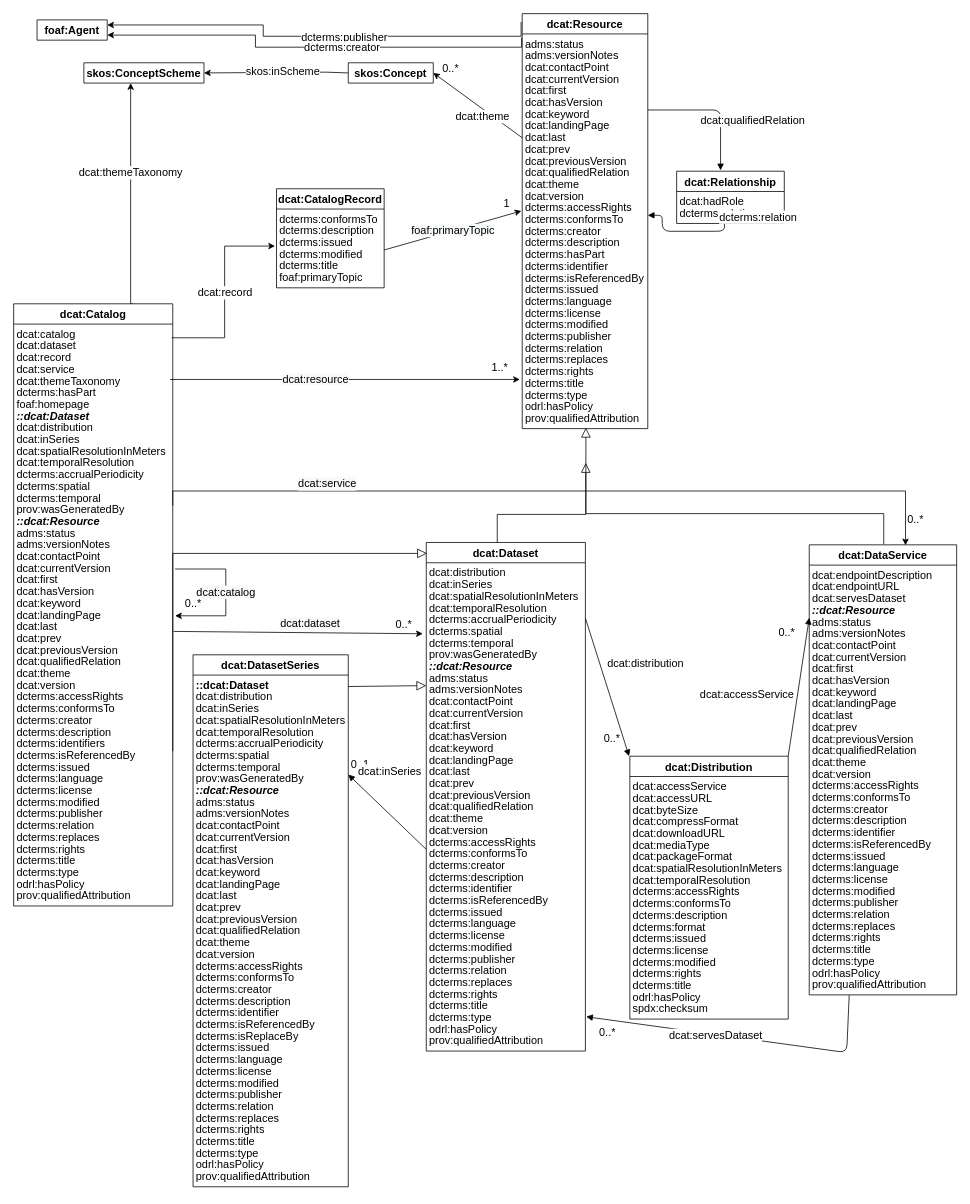
w3c/dxwg keeps this draw.io diagram as dcat/images/dcat-all-attributes.drawio. Above is the earlier version. Source tidied: cells renumbered, new cells numbered last; positions are measured from the earlier drawing's top-left corner, leaving out a move shared by most shapes. Both pictures are drawn from the tidied source at 78%, with x=0, y=0 at pixel (13, 13).
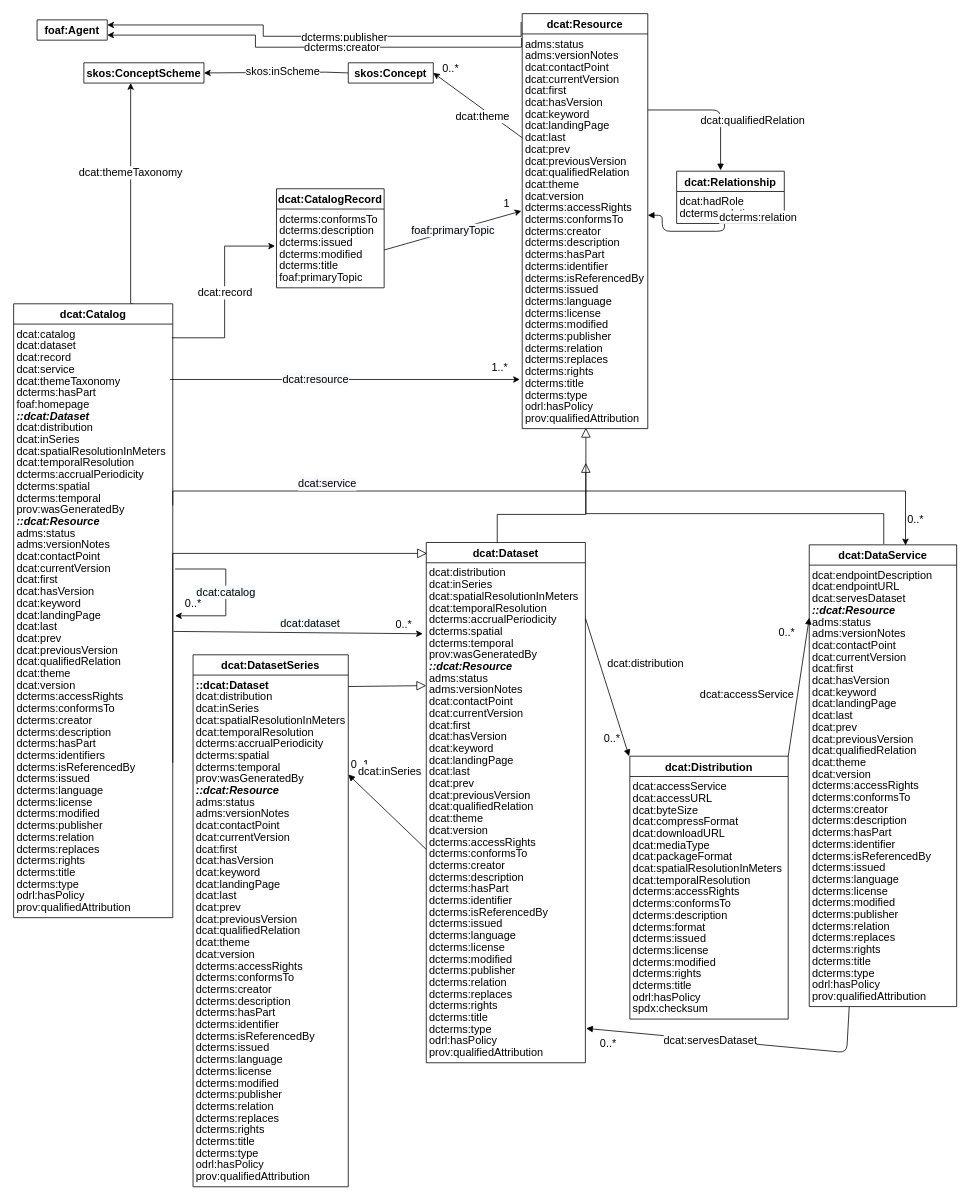
Above is the later version.

Commit message (it also covers changes not shown here):
adding missing inherited dcterms:hasPart and deleting an extra isReplacedBy

Unchanged cells that the change refers to:
```xml
<mxCell id="232" value="dcat:DatasetSeries" style="swimlane;fontStyle=1;horizontal=1;startSize=26;spacing=0;fontSize=14;" parent="1" vertex="1">
  <mxGeometry x="230" y="822" width="199" height="682" as="geometry" />
</mxCell>
```

What changed in the source:
```diff
@@
     <mxCell id="4" value="dcat:Catalog" style="swimlane;fontStyle=1;horizontal=1;startSize=26;spacing=0;fontSize=14;" parent="1" vertex="1">
-      <mxGeometry y="372" width="204" height="772" as="geometry" />
+      <mxGeometry y="372" width="204" height="787" as="geometry" />
     </mxCell>
@@
+    <mxCell id="282" value="dcterms:hasPart" style="text;strokeColor=none;fillColor=none;align=left;verticalAlign=top;spacingLeft=4;spacingRight=4;overflow=hidden;fontStyle=0;spacing=0;fontSize=14;" parent="4" vertex="1">
+      <mxGeometry y="551" width="204" height="15" as="geometry" />
+    </mxCell>
     <mxCell id="40" value="dcterms:identifiers" style="text;strokeColor=none;fillColor=none;align=left;verticalAlign=top;spacingLeft=4;spacingRight=4;overflow=hidden;fontStyle=0;spacing=0;fontSize=14;" parent="4" vertex="1">
-      <mxGeometry y="551" width="204" height="15" as="geometry" />
+      <mxGeometry y="566" width="204" height="15" as="geometry" />
     </mxCell>
     <mxCell id="41" value="dcterms:isReferencedBy" style="text;strokeColor=none;fillColor=none;align=left;verticalAlign=top;spacingLeft=4;spacingRight=4;overflow=hidden;points=[[0,0.5],[1,0.5]];portConstraint=eastwest;fontStyle=0;spacing=0;fontSize=14;" parent="4" vertex="1">
-      <mxGeometry y="566" width="204" height="15" as="geometry" />
+      <mxGeometry y="581" width="204" height="15" as="geometry" />
     </mxCell>
     <mxCell id="42" value="dcterms:issued" style="text;strokeColor=none;fillColor=none;align=left;verticalAlign=top;spacingLeft=4;spacingRight=4;overflow=hidden;fontStyle=0;spacing=0;fontSize=14;" parent="4" vertex="1">
-      <mxGeometry y="581" width="204" height="15" as="geometry" />
+      <mxGeometry y="596" width="204" height="15" as="geometry" />
     </mxCell>
     <mxCell id="43" value="dcterms:language" style="text;strokeColor=none;fillColor=none;align=left;verticalAlign=top;spacingLeft=4;spacingRight=4;overflow=hidden;fontStyle=0;spacing=0;fontSize=14;" parent="4" vertex="1">
-      <mxGeometry y="596" width="204" height="15" as="geometry" />
+      <mxGeometry y="611" width="204" height="15" as="geometry" />
     </mxCell>
     <mxCell id="44" value="dcterms:license" style="text;strokeColor=none;fillColor=none;align=left;verticalAlign=top;spacingLeft=4;spacingRight=4;overflow=hidden;fontStyle=0;spacing=0;fontSize=14;" parent="4" vertex="1">
-      <mxGeometry y="611" width="204" height="15" as="geometry" />
+      <mxGeometry y="626" width="204" height="15" as="geometry" />
     </mxCell>
     <mxCell id="45" value="dcterms:modified" style="text;strokeColor=none;fillColor=none;align=left;verticalAlign=top;spacingLeft=4;spacingRight=4;overflow=hidden;fontStyle=0;spacing=0;fontSize=14;" parent="4" vertex="1">
-      <mxGeometry y="626" width="204" height="15" as="geometry" />
+      <mxGeometry y="641" width="204" height="15" as="geometry" />
     </mxCell>
     <mxCell id="46" value="dcterms:publisher" style="text;strokeColor=none;fillColor=none;align=left;verticalAlign=top;spacingLeft=4;spacingRight=4;overflow=hidden;fontStyle=0;spacing=0;fontSize=14;" parent="4" vertex="1">
-      <mxGeometry y="641" width="204" height="15" as="geometry" />
+      <mxGeometry y="656" width="204" height="15" as="geometry" />
     </mxCell>
     <mxCell id="47" value="dcterms:relation" style="text;strokeColor=none;fillColor=none;align=left;verticalAlign=top;spacingLeft=4;spacingRight=4;overflow=hidden;fontStyle=0;spacing=0;fontSize=14;" parent="4" vertex="1">
-      <mxGeometry y="656" width="204" height="15" as="geometry" />
+      <mxGeometry y="671" width="204" height="15" as="geometry" />
     </mxCell>
     <mxCell id="48" value="dcterms:replaces" style="text;strokeColor=none;fillColor=none;align=left;verticalAlign=top;spacingLeft=4;spacingRight=4;overflow=hidden;fontStyle=0;spacing=0;fontSize=14;" parent="4" vertex="1">
-      <mxGeometry y="671" width="204" height="15" as="geometry" />
+      <mxGeometry y="686" width="204" height="15" as="geometry" />
     </mxCell>
     <mxCell id="49" value="dcterms:rights" style="text;strokeColor=none;fillColor=none;align=left;verticalAlign=top;spacingLeft=4;spacingRight=4;overflow=hidden;fontStyle=0;spacing=0;fontSize=14;" parent="4" vertex="1">
-      <mxGeometry y="686" width="204" height="15" as="geometry" />
+      <mxGeometry y="701" width="204" height="15" as="geometry" />
     </mxCell>
     <mxCell id="50" value="dcterms:title" style="text;strokeColor=none;fillColor=none;align=left;verticalAlign=top;spacingLeft=4;spacingRight=4;overflow=hidden;fontStyle=0;spacing=0;fontSize=14;" parent="4" vertex="1">
-      <mxGeometry y="701" width="204" height="15" as="geometry" />
+      <mxGeometry y="716" width="204" height="15" as="geometry" />
     </mxCell>
     <mxCell id="51" value="dcterms:type" style="text;strokeColor=none;fillColor=none;align=left;verticalAlign=top;spacingLeft=4;spacingRight=4;overflow=hidden;fontStyle=0;spacing=0;fontSize=14;" parent="4" vertex="1">
-      <mxGeometry y="716" width="204" height="15" as="geometry" />
+      <mxGeometry y="731" width="204" height="15" as="geometry" />
     </mxCell>
     <mxCell id="52" value="odrl:hasPolicy" style="text;strokeColor=none;fillColor=none;align=left;verticalAlign=top;spacingLeft=4;spacingRight=4;overflow=hidden;fontStyle=0;spacing=0;fontSize=14;" parent="4" vertex="1">
-      <mxGeometry y="731" width="204" height="15" as="geometry" />
+      <mxGeometry y="746" width="204" height="15" as="geometry" />
     </mxCell>
     <mxCell id="53" value="prov:qualifiedAttribution" style="text;strokeColor=none;fillColor=none;align=left;verticalAlign=top;spacingLeft=4;spacingRight=4;overflow=hidden;fontStyle=0;spacing=0;fontSize=14;" parent="4" vertex="1">
-      <mxGeometry y="746" width="204" height="26" as="geometry" />
+      <mxGeometry y="761" width="204" height="26" as="geometry" />
     </mxCell>
@@
     <mxCell id="109" value="dcat:Dataset" style="swimlane;fontStyle=1;horizontal=1;startSize=26;spacing=0;fontSize=14;" parent="1" vertex="1">
-      <mxGeometry x="529" y="678" width="204" height="652" as="geometry" />
+      <mxGeometry x="529" y="678" width="204" height="667" as="geometry" />
     </mxCell>
@@
+    <mxCell id="283" value="dcterms:hasPart" style="text;strokeColor=none;fillColor=none;align=left;verticalAlign=top;spacingLeft=4;spacingRight=4;overflow=hidden;fontStyle=0;spacing=0;fontSize=14;" parent="109" vertex="1">
+      <mxGeometry y="431" width="204" height="15" as="geometry" />
+    </mxCell>
     <mxCell id="137" value="dcterms:identifier" style="text;strokeColor=none;fillColor=none;align=left;verticalAlign=top;spacingLeft=4;spacingRight=4;overflow=hidden;fontStyle=0;spacing=0;fontSize=14;" parent="109" vertex="1">
-      <mxGeometry y="431" width="204" height="15" as="geometry" />
+      <mxGeometry y="446" width="204" height="15" as="geometry" />
     </mxCell>
     <mxCell id="138" value="dcterms:isReferencedBy" style="text;strokeColor=none;fillColor=none;align=left;verticalAlign=top;spacingLeft=4;spacingRight=4;overflow=hidden;fontStyle=0;spacing=0;fontSize=14;" parent="109" vertex="1">
-      <mxGeometry y="446" width="204" height="15" as="geometry" />
+      <mxGeometry y="461" width="204" height="15" as="geometry" />
     </mxCell>
     <mxCell id="139" value="dcterms:issued" style="text;strokeColor=none;fillColor=none;align=left;verticalAlign=top;spacingLeft=4;spacingRight=4;overflow=hidden;fontStyle=0;spacing=0;fontSize=14;" parent="109" vertex="1">
-      <mxGeometry y="461" width="204" height="15" as="geometry" />
+      <mxGeometry y="476" width="204" height="15" as="geometry" />
     </mxCell>
     <mxCell id="140" value="dcterms:language" style="text;strokeColor=none;fillColor=none;align=left;verticalAlign=top;spacingLeft=4;spacingRight=4;overflow=hidden;fontStyle=0;spacing=0;fontSize=14;" parent="109" vertex="1">
-      <mxGeometry y="476" width="204" height="15" as="geometry" />
+      <mxGeometry y="491" width="204" height="15" as="geometry" />
     </mxCell>
     <mxCell id="141" value="dcterms:license" style="text;strokeColor=none;fillColor=none;align=left;verticalAlign=top;spacingLeft=4;spacingRight=4;overflow=hidden;fontStyle=0;spacing=0;fontSize=14;" parent="109" vertex="1">
-      <mxGeometry y="491" width="204" height="15" as="geometry" />
+      <mxGeometry y="506" width="204" height="15" as="geometry" />
     </mxCell>
     <mxCell id="142" value="dcterms:modified" style="text;strokeColor=none;fillColor=none;align=left;verticalAlign=top;spacingLeft=4;spacingRight=4;overflow=hidden;fontStyle=0;spacing=0;fontSize=14;" parent="109" vertex="1">
-      <mxGeometry y="506" width="204" height="15" as="geometry" />
+      <mxGeometry y="521" width="204" height="15" as="geometry" />
     </mxCell>
     <mxCell id="143" value="dcterms:publisher" style="text;strokeColor=none;fillColor=none;align=left;verticalAlign=top;spacingLeft=4;spacingRight=4;overflow=hidden;fontStyle=0;spacing=0;fontSize=14;" parent="109" vertex="1">
-      <mxGeometry y="521" width="204" height="15" as="geometry" />
+      <mxGeometry y="536" width="204" height="15" as="geometry" />
     </mxCell>
     <mxCell id="144" value="dcterms:relation" style="text;strokeColor=none;fillColor=none;align=left;verticalAlign=top;spacingLeft=4;spacingRight=4;overflow=hidden;fontStyle=0;spacing=0;fontSize=14;" parent="109" vertex="1">
-      <mxGeometry y="536" width="204" height="15" as="geometry" />
+      <mxGeometry y="551" width="204" height="15" as="geometry" />
     </mxCell>
     <mxCell id="145" value="dcterms:replaces" style="text;strokeColor=none;fillColor=none;align=left;verticalAlign=top;spacingLeft=4;spacingRight=4;overflow=hidden;fontStyle=0;spacing=0;fontSize=14;" parent="109" vertex="1">
-      <mxGeometry y="551" width="204" height="15" as="geometry" />
+      <mxGeometry y="566" width="204" height="15" as="geometry" />
     </mxCell>
     <mxCell id="146" value="dcterms:rights" style="text;strokeColor=none;fillColor=none;align=left;verticalAlign=top;spacingLeft=4;spacingRight=4;overflow=hidden;fontStyle=0;spacing=0;fontSize=14;" parent="109" vertex="1">
-      <mxGeometry y="566" width="204" height="15" as="geometry" />
+      <mxGeometry y="581" width="204" height="15" as="geometry" />
     </mxCell>
     <mxCell id="147" value="dcterms:title" style="text;strokeColor=none;fillColor=none;align=left;verticalAlign=top;spacingLeft=4;spacingRight=4;overflow=hidden;fontStyle=0;spacing=0;fontSize=14;" parent="109" vertex="1">
-      <mxGeometry y="581" width="204" height="15" as="geometry" />
+      <mxGeometry y="596" width="204" height="15" as="geometry" />
     </mxCell>
     <mxCell id="148" value="dcterms:type" style="text;strokeColor=none;fillColor=none;align=left;verticalAlign=top;spacingLeft=4;spacingRight=4;overflow=hidden;fontStyle=0;spacing=0;fontSize=14;" parent="109" vertex="1">
-      <mxGeometry y="596" width="204" height="15" as="geometry" />
+      <mxGeometry y="611" width="204" height="15" as="geometry" />
     </mxCell>
     <mxCell id="149" value="odrl:hasPolicy" style="text;strokeColor=none;fillColor=none;align=left;verticalAlign=top;spacingLeft=4;spacingRight=4;overflow=hidden;points=[[0,0.5],[1,0.5]];portConstraint=eastwest;fontStyle=0;spacing=0;fontSize=14;" parent="109" vertex="1">
-      <mxGeometry y="611" width="204" height="15" as="geometry" />
+      <mxGeometry y="626" width="204" height="15" as="geometry" />
     </mxCell>
     <mxCell id="150" value="prov:qualifiedAttribution" style="text;strokeColor=none;fillColor=none;align=left;verticalAlign=top;spacingLeft=4;spacingRight=4;overflow=hidden;fontStyle=0;spacing=0;fontSize=14;" parent="109" vertex="1">
-      <mxGeometry y="626" width="204" height="26" as="geometry" />
+      <mxGeometry y="641" width="204" height="26" as="geometry" />
     </mxCell>
     <mxCell id="151" value="dcat:DataService" style="swimlane;fontStyle=1;horizontal=1;startSize=26;spacing=0;fontSize=14;" parent="1" vertex="1">
-      <mxGeometry x="1020" y="681" width="189" height="577" as="geometry" />
+      <mxGeometry x="1020" y="681" width="189" height="592" as="geometry" />
     </mxCell>
@@
+    <mxCell id="284" value="dcterms:hasPart" style="text;strokeColor=none;fillColor=none;align=left;verticalAlign=top;spacingLeft=4;spacingRight=4;overflow=hidden;fontStyle=0;spacing=0;fontSize=14;" parent="151" vertex="1">
+      <mxGeometry y="356" width="189" height="15" as="geometry" />
+    </mxCell>
     <mxCell id="174" value="dcterms:identifier" style="text;strokeColor=none;fillColor=none;align=left;verticalAlign=top;spacingLeft=4;spacingRight=4;overflow=hidden;fontStyle=0;spacing=0;fontSize=14;" parent="151" vertex="1">
-      <mxGeometry y="356" width="189" height="15" as="geometry" />
+      <mxGeometry y="371" width="189" height="15" as="geometry" />
     </mxCell>
     <mxCell id="175" value="dcterms:isReferencedBy" style="text;strokeColor=none;fillColor=none;align=left;verticalAlign=top;spacingLeft=4;spacingRight=4;overflow=hidden;fontStyle=0;spacing=0;fontSize=14;" parent="151" vertex="1">
-      <mxGeometry y="371" width="189" height="15" as="geometry" />
+      <mxGeometry y="386" width="189" height="15" as="geometry" />
     </mxCell>
     <mxCell id="176" value="dcterms:issued" style="text;strokeColor=none;fillColor=none;align=left;verticalAlign=top;spacingLeft=4;spacingRight=4;overflow=hidden;fontStyle=0;spacing=0;fontSize=14;" parent="151" vertex="1">
-      <mxGeometry y="386" width="189" height="15" as="geometry" />
+      <mxGeometry y="401" width="189" height="15" as="geometry" />
     </mxCell>
     <mxCell id="177" value="dcterms:language" style="text;strokeColor=none;fillColor=none;align=left;verticalAlign=top;spacingLeft=4;spacingRight=4;overflow=hidden;fontStyle=0;spacing=0;fontSize=14;" parent="151" vertex="1">
-      <mxGeometry y="401" width="189" height="15" as="geometry" />
+      <mxGeometry y="416" width="189" height="15" as="geometry" />
     </mxCell>
     <mxCell id="178" value="dcterms:license" style="text;strokeColor=none;fillColor=none;align=left;verticalAlign=top;spacingLeft=4;spacingRight=4;overflow=hidden;fontStyle=0;spacing=0;fontSize=14;" parent="151" vertex="1">
-      <mxGeometry y="416" width="189" height="15" as="geometry" />
+      <mxGeometry y="431" width="189" height="15" as="geometry" />
     </mxCell>
     <mxCell id="179" value="dcterms:modified" style="text;strokeColor=none;fillColor=none;align=left;verticalAlign=top;spacingLeft=4;spacingRight=4;overflow=hidden;fontStyle=0;spacing=0;fontSize=14;" parent="151" vertex="1">
-      <mxGeometry y="431" width="189" height="15" as="geometry" />
+      <mxGeometry y="446" width="189" height="15" as="geometry" />
     </mxCell>
     <mxCell id="180" value="dcterms:publisher" style="text;strokeColor=none;fillColor=none;align=left;verticalAlign=top;spacingLeft=4;spacingRight=4;overflow=hidden;fontStyle=0;spacing=0;fontSize=14;" parent="151" vertex="1">
-      <mxGeometry y="446" width="189" height="15" as="geometry" />
+      <mxGeometry y="461" width="189" height="15" as="geometry" />
     </mxCell>
     <mxCell id="181" value="dcterms:relation" style="text;strokeColor=none;fillColor=none;align=left;verticalAlign=top;spacingLeft=4;spacingRight=4;overflow=hidden;fontStyle=0;spacing=0;fontSize=14;" parent="151" vertex="1">
-      <mxGeometry y="461" width="189" height="15" as="geometry" />
+      <mxGeometry y="476" width="189" height="15" as="geometry" />
     </mxCell>
     <mxCell id="182" value="dcterms:replaces" style="text;strokeColor=none;fillColor=none;align=left;verticalAlign=top;spacingLeft=4;spacingRight=4;overflow=hidden;fontStyle=0;spacing=0;fontSize=14;" parent="151" vertex="1">
-      <mxGeometry y="476" width="189" height="15" as="geometry" />
+      <mxGeometry y="491" width="189" height="15" as="geometry" />
     </mxCell>
     <mxCell id="183" value="dcterms:rights" style="text;strokeColor=none;fillColor=none;align=left;verticalAlign=top;spacingLeft=4;spacingRight=4;overflow=hidden;fontStyle=0;spacing=0;fontSize=14;" parent="151" vertex="1">
-      <mxGeometry y="491" width="189" height="15" as="geometry" />
+      <mxGeometry y="506" width="189" height="15" as="geometry" />
     </mxCell>
     <mxCell id="184" value="dcterms:title" style="text;strokeColor=none;fillColor=none;align=left;verticalAlign=top;spacingLeft=4;spacingRight=4;overflow=hidden;fontStyle=0;spacing=0;fontSize=14;" parent="151" vertex="1">
-      <mxGeometry y="506" width="189" height="15" as="geometry" />
+      <mxGeometry y="521" width="189" height="15" as="geometry" />
     </mxCell>
     <mxCell id="185" value="dcterms:type" style="text;strokeColor=none;fillColor=none;align=left;verticalAlign=top;spacingLeft=4;spacingRight=4;overflow=hidden;fontStyle=0;spacing=0;fontSize=14;" parent="151" vertex="1">
-      <mxGeometry y="521" width="189" height="15" as="geometry" />
+      <mxGeometry y="536" width="189" height="15" as="geometry" />
     </mxCell>
     <mxCell id="186" value="odrl:hasPolicy" style="text;strokeColor=none;fillColor=none;align=left;verticalAlign=top;spacingLeft=4;spacingRight=4;overflow=hidden;fontStyle=0;spacing=0;fontSize=14;" parent="151" vertex="1">
-      <mxGeometry y="536" width="189" height="15" as="geometry" />
+      <mxGeometry y="551" width="189" height="15" as="geometry" />
     </mxCell>
     <mxCell id="187" value="prov:qualifiedAttribution" style="text;strokeColor=none;fillColor=none;align=left;verticalAlign=top;spacingLeft=4;spacingRight=4;overflow=hidden;points=[[0,0.5],[1,0.5]];portConstraint=eastwest;fontStyle=0;spacing=0;fontSize=14;" parent="151" vertex="1">
-      <mxGeometry y="551" width="189" height="26" as="geometry" />
+      <mxGeometry y="566" width="189" height="26" as="geometry" />
     </mxCell>
@@
+    <mxCell id="285" value="dcterms:hasPart" style="text;strokeColor=none;fillColor=none;align=left;verticalAlign=top;spacingLeft=4;spacingRight=4;overflow=hidden;fontStyle=0;spacing=0;fontSize=14;" parent="232" vertex="1">
+      <mxGeometry y="446" width="199" height="15" as="geometry" />
+    </mxCell>
     <mxCell id="261" value="dcterms:identifier" style="text;strokeColor=none;fillColor=none;align=left;verticalAlign=top;spacingLeft=4;spacingRight=4;overflow=hidden;fontStyle=0;spacing=0;fontSize=14;" parent="232" vertex="1">
-      <mxGeometry y="446" width="199" height="15" as="geometry" />
+      <mxGeometry y="461" width="199" height="15" as="geometry" />
     </mxCell>
     <mxCell id="262" value="dcterms:isReferencedBy" style="text;strokeColor=none;fillColor=none;align=left;verticalAlign=top;spacingLeft=4;spacingRight=4;overflow=hidden;fontStyle=0;spacing=0;fontSize=14;" parent="232" vertex="1">
-      <mxGeometry y="461" width="199" height="15" as="geometry" />
+      <mxGeometry y="476" width="199" height="15" as="geometry" />
     </mxCell>
-    <mxCell id="263" value="dcterms:isReplaceBy" style="text;strokeColor=none;fillColor=none;align=left;verticalAlign=top;spacingLeft=4;spacingRight=4;overflow=hidden;fontStyle=0;spacing=0;fontSize=14;" parent="232" vertex="1">
-      <mxGeometry y="476" width="199" height="15" as="geometry" />
-    </mxCell>
```
